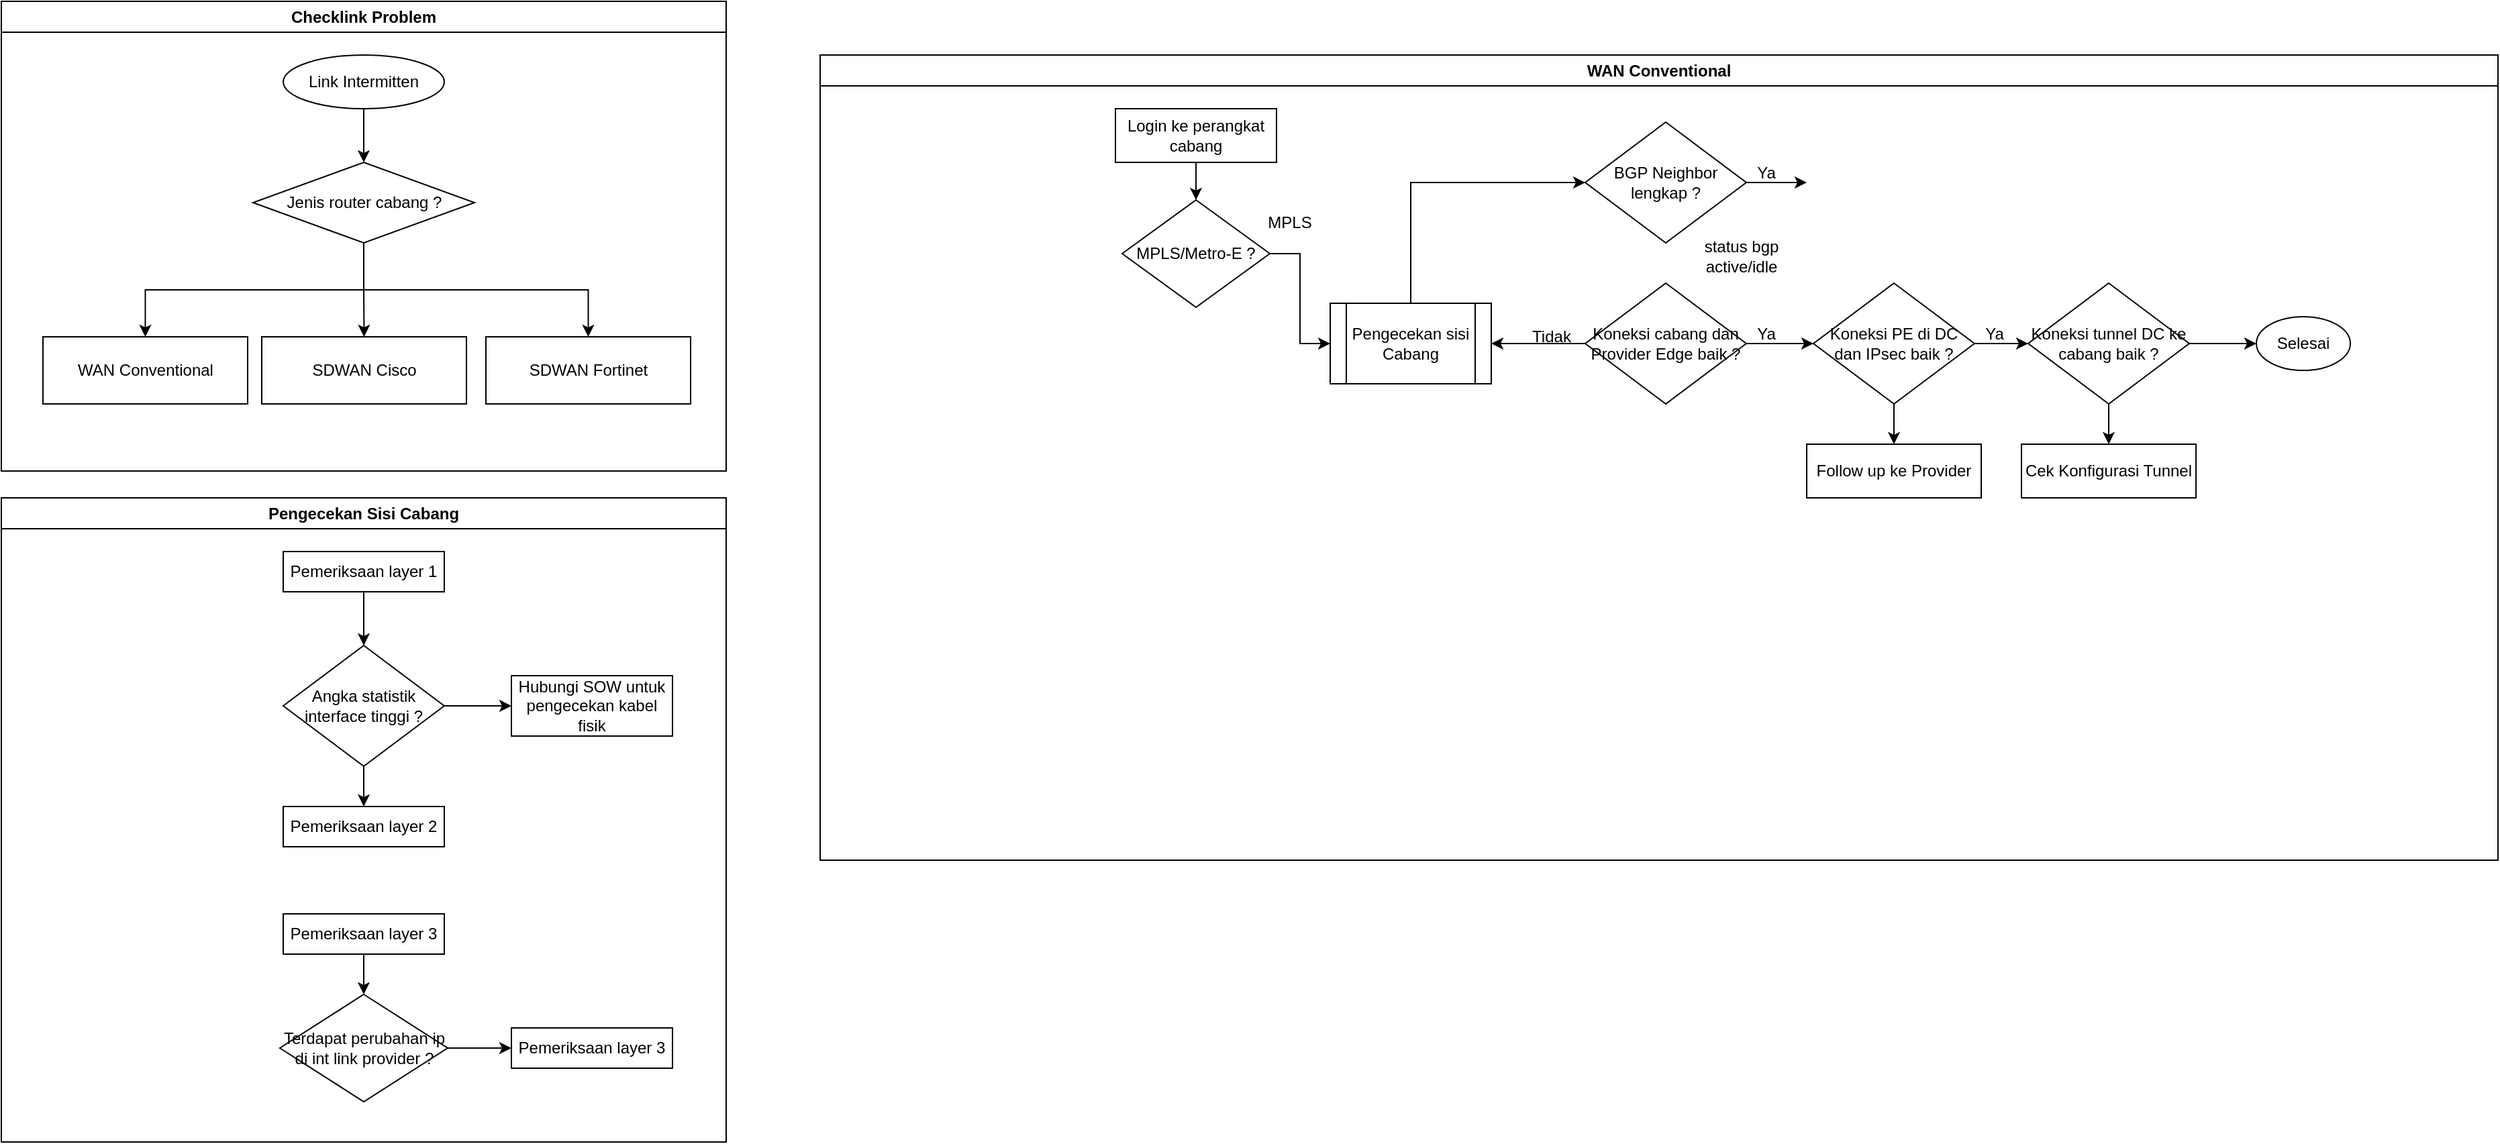
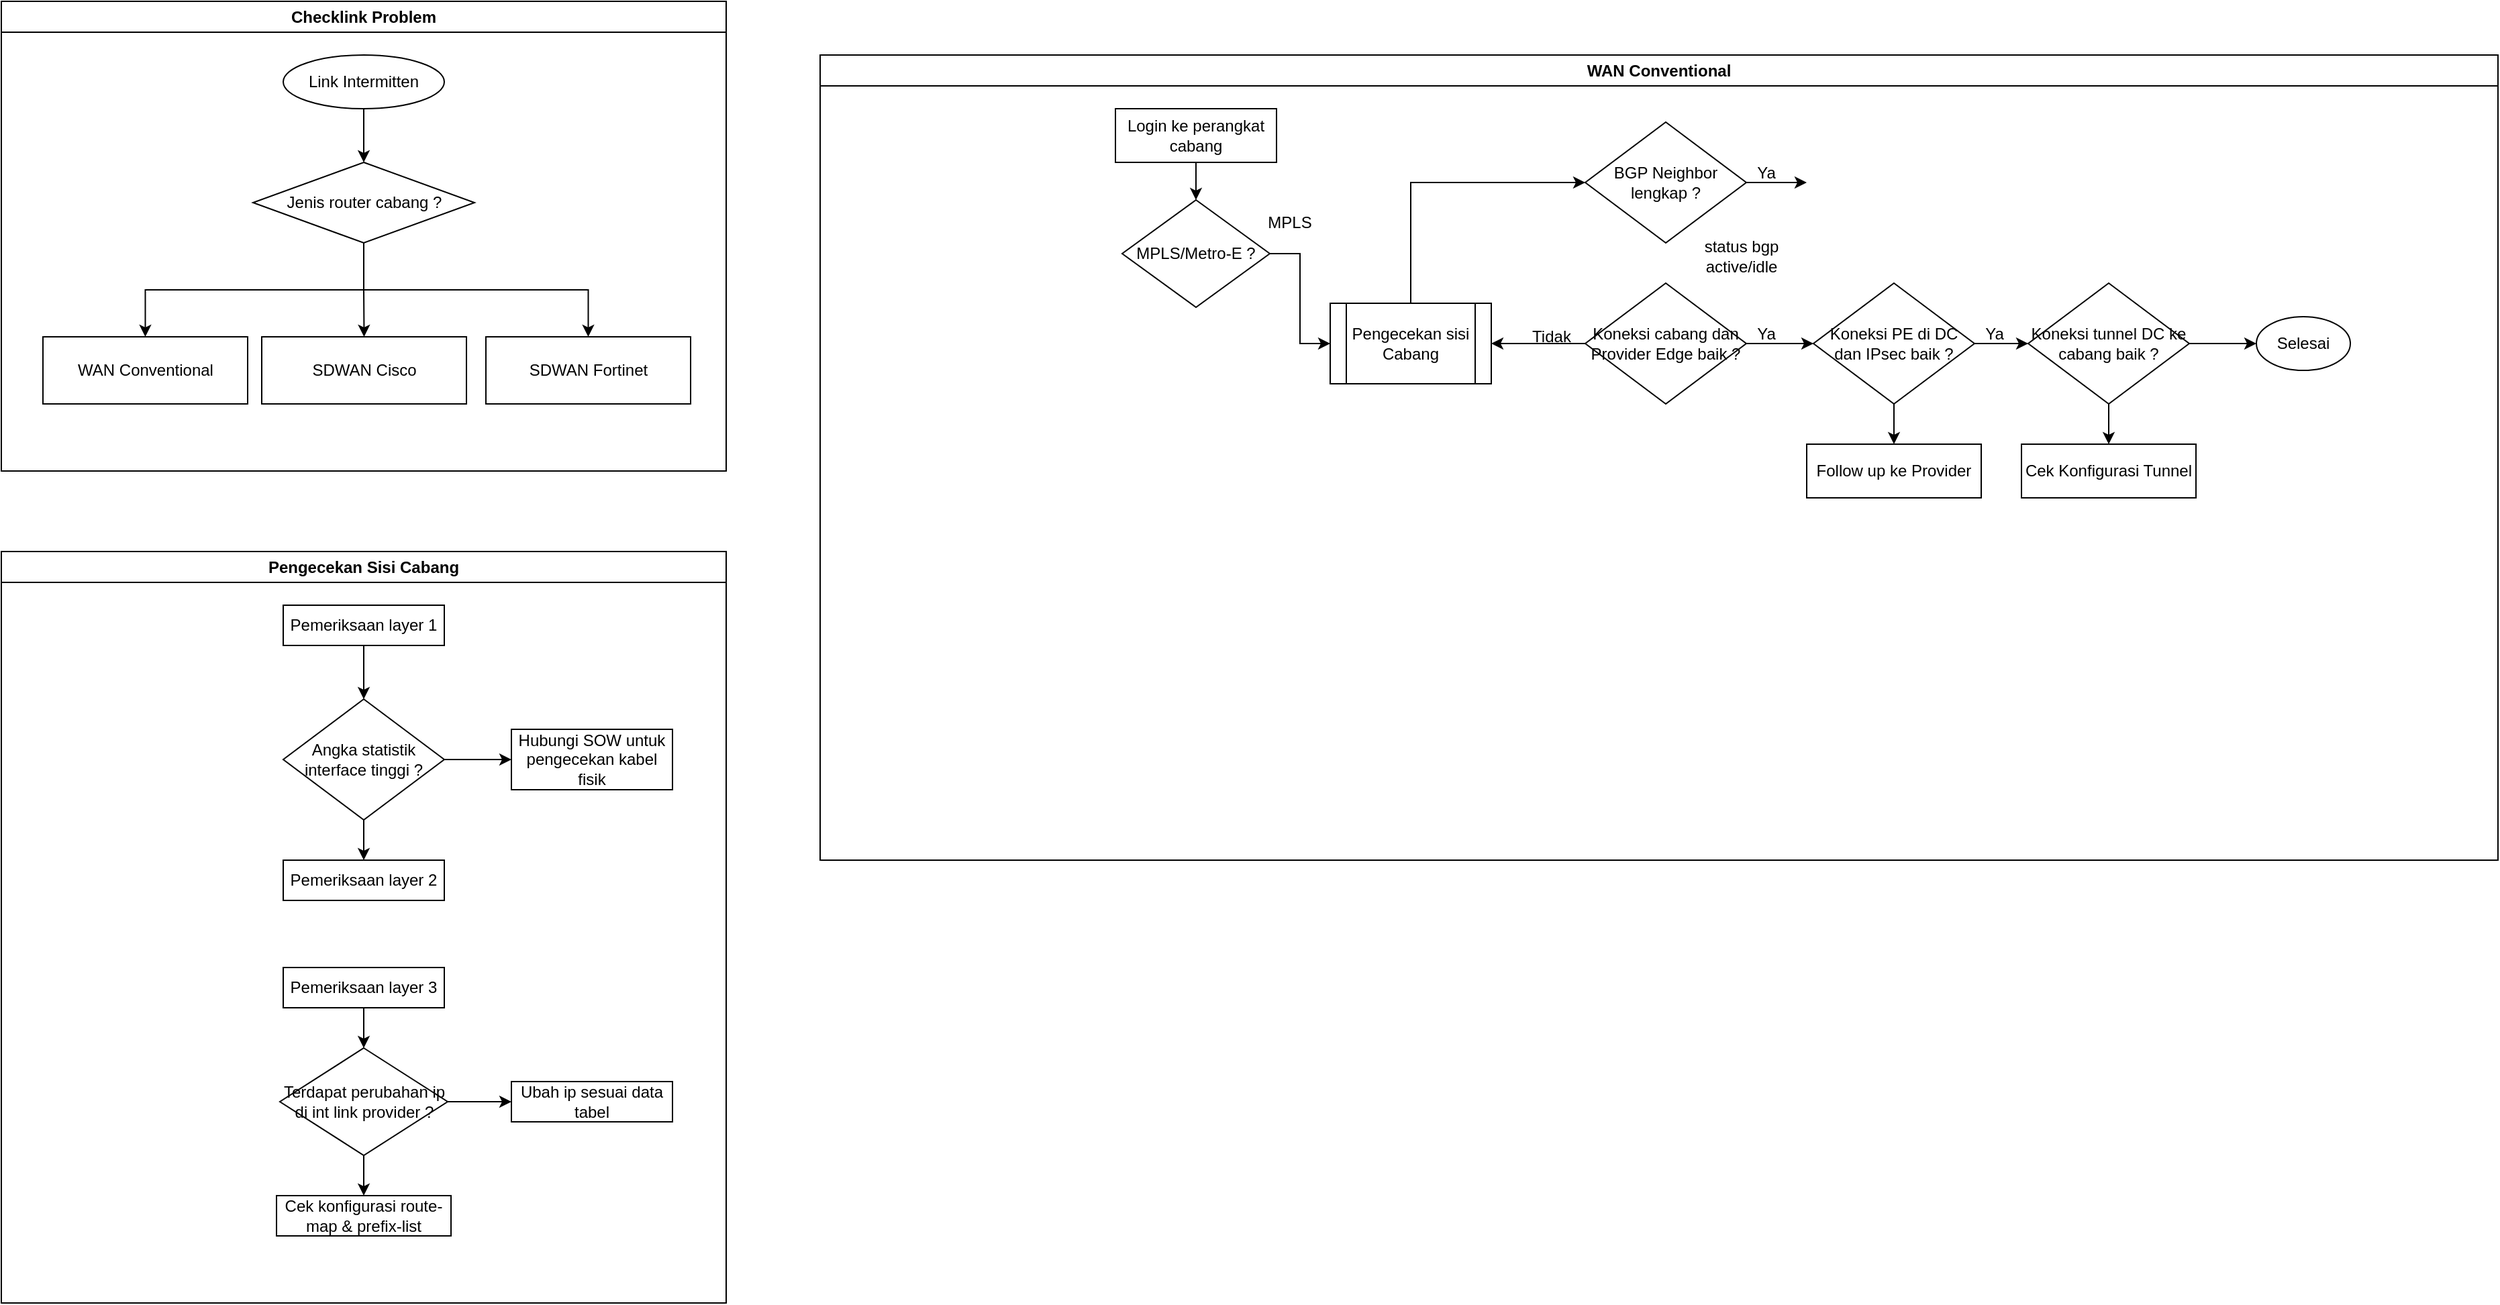
<mxfile host="app.diagrams.net">
  <diagram name="Page-1" id="9vhfLtuUu_MpJ2AiOVXD">
-     <mxGraphModel dx="1277" dy="757" grid="1" gridSize="10" guides="1" tooltips="1" connect="1" arrows="1" fold="1" page="1" pageScale="1" pageWidth="850" pageHeight="1100" math="0" shadow="0">
+     <mxGraphModel dx="1532" dy="908" grid="1" gridSize="10" guides="1" tooltips="1" connect="1" arrows="1" fold="1" page="1" pageScale="1" pageWidth="850" pageHeight="1100" math="0" shadow="0">
      <root>
        <mxCell id="0" />
        <mxCell id="1" parent="0" />
        <mxCell id="pEuGeytKHn6pjW4NDgE5-2" parent="1" style="swimlane;whiteSpace=wrap;html=1;" value="Checklink Problem" vertex="1">
          <mxGeometry height="350" width="540" x="10" y="10" as="geometry" />
        </mxCell>
        <mxCell id="P1elN6ceBegf7L-zKAY9-7" edge="1" parent="pEuGeytKHn6pjW4NDgE5-2" source="P1elN6ceBegf7L-zKAY9-3" style="edgeStyle=orthogonalEdgeStyle;rounded=0;orthogonalLoop=1;jettySize=auto;html=1;exitX=0.5;exitY=1;exitDx=0;exitDy=0;entryX=0.5;entryY=0;entryDx=0;entryDy=0;" target="P1elN6ceBegf7L-zKAY9-6">
          <mxGeometry relative="1" as="geometry" />
        </mxCell>
        <mxCell id="P1elN6ceBegf7L-zKAY9-3" parent="pEuGeytKHn6pjW4NDgE5-2" style="ellipse;whiteSpace=wrap;html=1;" value="Link Intermitten" vertex="1">
          <mxGeometry height="40" width="120" x="210" y="40" as="geometry" />
        </mxCell>
        <mxCell id="P1elN6ceBegf7L-zKAY9-11" edge="1" parent="pEuGeytKHn6pjW4NDgE5-2" source="P1elN6ceBegf7L-zKAY9-6" style="edgeStyle=orthogonalEdgeStyle;rounded=0;orthogonalLoop=1;jettySize=auto;html=1;exitX=0.5;exitY=1;exitDx=0;exitDy=0;" target="P1elN6ceBegf7L-zKAY9-8">
          <mxGeometry relative="1" as="geometry" />
        </mxCell>
        <mxCell id="P1elN6ceBegf7L-zKAY9-12" edge="1" parent="pEuGeytKHn6pjW4NDgE5-2" source="P1elN6ceBegf7L-zKAY9-6" style="edgeStyle=orthogonalEdgeStyle;rounded=0;orthogonalLoop=1;jettySize=auto;html=1;exitX=0.5;exitY=1;exitDx=0;exitDy=0;" target="P1elN6ceBegf7L-zKAY9-9">
          <mxGeometry relative="1" as="geometry" />
        </mxCell>
        <mxCell id="P1elN6ceBegf7L-zKAY9-13" edge="1" parent="pEuGeytKHn6pjW4NDgE5-2" source="P1elN6ceBegf7L-zKAY9-6" style="edgeStyle=orthogonalEdgeStyle;rounded=0;orthogonalLoop=1;jettySize=auto;html=1;exitX=0.5;exitY=1;exitDx=0;exitDy=0;" target="P1elN6ceBegf7L-zKAY9-10">
          <mxGeometry relative="1" as="geometry" />
        </mxCell>
        <mxCell id="P1elN6ceBegf7L-zKAY9-6" parent="pEuGeytKHn6pjW4NDgE5-2" style="rhombus;whiteSpace=wrap;html=1;" value="Jenis router cabang ?" vertex="1">
          <mxGeometry height="60" width="165" x="187.5" y="120" as="geometry" />
        </mxCell>
        <mxCell id="P1elN6ceBegf7L-zKAY9-8" parent="pEuGeytKHn6pjW4NDgE5-2" style="rounded=0;whiteSpace=wrap;html=1;" value="WAN Conventional" vertex="1">
          <mxGeometry height="50" width="152.5" x="31" y="250" as="geometry" />
        </mxCell>
        <mxCell id="P1elN6ceBegf7L-zKAY9-9" parent="pEuGeytKHn6pjW4NDgE5-2" style="rounded=0;whiteSpace=wrap;html=1;" value="SDWAN Cisco" vertex="1">
          <mxGeometry height="50" width="152.5" x="194" y="250" as="geometry" />
        </mxCell>
        <mxCell id="P1elN6ceBegf7L-zKAY9-10" parent="pEuGeytKHn6pjW4NDgE5-2" style="rounded=0;whiteSpace=wrap;html=1;" value="SDWAN Fortinet" vertex="1">
          <mxGeometry height="50" width="152.5" x="361" y="250" as="geometry" />
        </mxCell>
        <mxCell id="TYqNpPFM6TGwHHhuPpuI-11" parent="1" style="swimlane;whiteSpace=wrap;html=1;" value="WAN Conventional" vertex="1">
          <mxGeometry height="600" width="1250" x="620" y="50" as="geometry" />
        </mxCell>
        <mxCell id="pmmJg_nAHrXnhT2FHE6J-2" edge="1" parent="TYqNpPFM6TGwHHhuPpuI-11" source="TYqNpPFM6TGwHHhuPpuI-12" style="edgeStyle=orthogonalEdgeStyle;rounded=0;orthogonalLoop=1;jettySize=auto;html=1;" target="pmmJg_nAHrXnhT2FHE6J-1" value="">
          <mxGeometry relative="1" as="geometry" />
        </mxCell>
        <mxCell id="TYqNpPFM6TGwHHhuPpuI-12" parent="TYqNpPFM6TGwHHhuPpuI-11" style="rounded=0;whiteSpace=wrap;html=1;" value="Login ke perangkat cabang" vertex="1">
          <mxGeometry height="40" width="120" x="220" y="40" as="geometry" />
        </mxCell>
        <mxCell id="TYqNpPFM6TGwHHhuPpuI-30" edge="1" parent="TYqNpPFM6TGwHHhuPpuI-11" source="TYqNpPFM6TGwHHhuPpuI-13" style="edgeStyle=orthogonalEdgeStyle;rounded=0;orthogonalLoop=1;jettySize=auto;html=1;exitX=1;exitY=0.5;exitDx=0;exitDy=0;entryX=0;entryY=0.5;entryDx=0;entryDy=0;">
          <mxGeometry relative="1" as="geometry">
            <mxPoint x="735" y="95" as="targetPoint" />
          </mxGeometry>
        </mxCell>
        <mxCell id="TYqNpPFM6TGwHHhuPpuI-13" parent="TYqNpPFM6TGwHHhuPpuI-11" style="rhombus;whiteSpace=wrap;html=1;" value="BGP Neighbor lengkap ?" vertex="1">
          <mxGeometry height="90" width="120" x="570" y="50" as="geometry" />
        </mxCell>
        <mxCell id="TYqNpPFM6TGwHHhuPpuI-23" edge="1" parent="TYqNpPFM6TGwHHhuPpuI-11" source="TYqNpPFM6TGwHHhuPpuI-19" style="edgeStyle=orthogonalEdgeStyle;rounded=0;orthogonalLoop=1;jettySize=auto;html=1;" target="TYqNpPFM6TGwHHhuPpuI-22" value="">
          <mxGeometry relative="1" as="geometry" />
        </mxCell>
        <mxCell id="TYqNpPFM6TGwHHhuPpuI-34" edge="1" parent="TYqNpPFM6TGwHHhuPpuI-11" source="TYqNpPFM6TGwHHhuPpuI-19" style="edgeStyle=orthogonalEdgeStyle;rounded=0;orthogonalLoop=1;jettySize=auto;html=1;exitX=0;exitY=0.5;exitDx=0;exitDy=0;entryX=1;entryY=0.5;entryDx=0;entryDy=0;" target="TYqNpPFM6TGwHHhuPpuI-33">
          <mxGeometry relative="1" as="geometry" />
        </mxCell>
        <mxCell id="TYqNpPFM6TGwHHhuPpuI-19" parent="TYqNpPFM6TGwHHhuPpuI-11" style="rhombus;whiteSpace=wrap;html=1;" value="Koneksi cabang dan Provider Edge baik ?" vertex="1">
          <mxGeometry height="90" width="120" x="570" y="170" as="geometry" />
        </mxCell>
        <mxCell id="TYqNpPFM6TGwHHhuPpuI-22" parent="TYqNpPFM6TGwHHhuPpuI-11" style="rhombus;whiteSpace=wrap;html=1;" value="Koneksi PE di DC dan IPsec baik ?" vertex="1">
          <mxGeometry height="90" width="120" x="740" y="170" as="geometry" />
        </mxCell>
        <mxCell id="TYqNpPFM6TGwHHhuPpuI-24" parent="TYqNpPFM6TGwHHhuPpuI-11" style="rounded=0;whiteSpace=wrap;html=1;" value="Follow up ke Provider" vertex="1">
          <mxGeometry height="40" width="130" x="735" y="290" as="geometry" />
        </mxCell>
        <mxCell id="TYqNpPFM6TGwHHhuPpuI-25" edge="1" parent="TYqNpPFM6TGwHHhuPpuI-11" source="TYqNpPFM6TGwHHhuPpuI-22" style="edgeStyle=orthogonalEdgeStyle;rounded=0;orthogonalLoop=1;jettySize=auto;html=1;exitX=0.5;exitY=1;exitDx=0;exitDy=0;entryX=0.5;entryY=0;entryDx=0;entryDy=0;" target="TYqNpPFM6TGwHHhuPpuI-24">
          <mxGeometry relative="1" as="geometry" />
        </mxCell>
        <mxCell id="pmmJg_nAHrXnhT2FHE6J-8" edge="1" parent="TYqNpPFM6TGwHHhuPpuI-11" source="TYqNpPFM6TGwHHhuPpuI-26" style="edgeStyle=orthogonalEdgeStyle;rounded=0;orthogonalLoop=1;jettySize=auto;html=1;exitX=1;exitY=0.5;exitDx=0;exitDy=0;entryX=0;entryY=0.5;entryDx=0;entryDy=0;" target="pmmJg_nAHrXnhT2FHE6J-7">
          <mxGeometry relative="1" as="geometry" />
        </mxCell>
        <mxCell id="TYqNpPFM6TGwHHhuPpuI-26" parent="TYqNpPFM6TGwHHhuPpuI-11" style="rhombus;whiteSpace=wrap;html=1;" value="Koneksi tunnel DC ke cabang baik ?" vertex="1">
          <mxGeometry height="90" width="120" x="900" y="170" as="geometry" />
        </mxCell>
        <mxCell id="TYqNpPFM6TGwHHhuPpuI-27" edge="1" parent="TYqNpPFM6TGwHHhuPpuI-11" source="TYqNpPFM6TGwHHhuPpuI-22" style="edgeStyle=orthogonalEdgeStyle;rounded=0;orthogonalLoop=1;jettySize=auto;html=1;" target="TYqNpPFM6TGwHHhuPpuI-26" value="">
          <mxGeometry relative="1" as="geometry" />
        </mxCell>
        <mxCell id="TYqNpPFM6TGwHHhuPpuI-28" parent="TYqNpPFM6TGwHHhuPpuI-11" style="rounded=0;whiteSpace=wrap;html=1;" value="Cek Konfigurasi Tunnel" vertex="1">
          <mxGeometry height="40" width="130" x="895" y="290" as="geometry" />
        </mxCell>
        <mxCell id="TYqNpPFM6TGwHHhuPpuI-29" edge="1" parent="TYqNpPFM6TGwHHhuPpuI-11" source="TYqNpPFM6TGwHHhuPpuI-26" style="edgeStyle=orthogonalEdgeStyle;rounded=0;orthogonalLoop=1;jettySize=auto;html=1;exitX=0.5;exitY=1;exitDx=0;exitDy=0;entryX=0.5;entryY=0;entryDx=0;entryDy=0;" target="TYqNpPFM6TGwHHhuPpuI-28">
          <mxGeometry relative="1" as="geometry" />
        </mxCell>
        <mxCell id="TYqNpPFM6TGwHHhuPpuI-37" parent="TYqNpPFM6TGwHHhuPpuI-11" style="text;html=1;whiteSpace=wrap;strokeColor=none;fillColor=none;align=center;verticalAlign=middle;rounded=0;" value="status bgp active/idle" vertex="1">
          <mxGeometry height="20" width="97" x="638" y="140" as="geometry" />
        </mxCell>
        <mxCell id="TYqNpPFM6TGwHHhuPpuI-38" parent="TYqNpPFM6TGwHHhuPpuI-11" style="text;html=1;whiteSpace=wrap;strokeColor=none;fillColor=none;align=center;verticalAlign=middle;rounded=0;" value="Tidak" vertex="1">
          <mxGeometry height="20" width="50" x="520" y="200" as="geometry" />
        </mxCell>
        <mxCell id="TYqNpPFM6TGwHHhuPpuI-40" parent="TYqNpPFM6TGwHHhuPpuI-11" style="text;html=1;whiteSpace=wrap;strokeColor=none;fillColor=none;align=center;verticalAlign=middle;rounded=0;" value="Ya" vertex="1">
          <mxGeometry height="20" width="50" x="680" y="198" as="geometry" />
        </mxCell>
        <mxCell id="TYqNpPFM6TGwHHhuPpuI-41" parent="TYqNpPFM6TGwHHhuPpuI-11" style="text;html=1;whiteSpace=wrap;strokeColor=none;fillColor=none;align=center;verticalAlign=middle;rounded=0;" value="Ya" vertex="1">
          <mxGeometry height="20" width="50" x="850" y="198" as="geometry" />
        </mxCell>
        <mxCell id="TYqNpPFM6TGwHHhuPpuI-35" parent="TYqNpPFM6TGwHHhuPpuI-11" style="text;html=1;whiteSpace=wrap;strokeColor=none;fillColor=none;align=center;verticalAlign=middle;rounded=0;" value="Ya" vertex="1">
          <mxGeometry height="20" width="50" x="680" y="78" as="geometry" />
        </mxCell>
        <mxCell id="pmmJg_nAHrXnhT2FHE6J-6" edge="1" parent="TYqNpPFM6TGwHHhuPpuI-11" source="TYqNpPFM6TGwHHhuPpuI-33" style="edgeStyle=orthogonalEdgeStyle;rounded=0;orthogonalLoop=1;jettySize=auto;html=1;exitX=0.5;exitY=0;exitDx=0;exitDy=0;entryX=0;entryY=0.5;entryDx=0;entryDy=0;" target="TYqNpPFM6TGwHHhuPpuI-13">
          <mxGeometry relative="1" as="geometry" />
        </mxCell>
        <mxCell id="TYqNpPFM6TGwHHhuPpuI-33" parent="TYqNpPFM6TGwHHhuPpuI-11" style="shape=process;whiteSpace=wrap;html=1;backgroundOutline=1;" value="Pengecekan sisi Cabang" vertex="1">
          <mxGeometry height="60" width="120" x="380" y="185" as="geometry" />
        </mxCell>
        <mxCell id="pmmJg_nAHrXnhT2FHE6J-3" edge="1" parent="TYqNpPFM6TGwHHhuPpuI-11" source="pmmJg_nAHrXnhT2FHE6J-1" style="edgeStyle=orthogonalEdgeStyle;rounded=0;orthogonalLoop=1;jettySize=auto;html=1;exitX=1;exitY=0.5;exitDx=0;exitDy=0;entryX=0;entryY=0.5;entryDx=0;entryDy=0;" target="TYqNpPFM6TGwHHhuPpuI-33">
          <mxGeometry relative="1" as="geometry" />
        </mxCell>
        <mxCell id="pmmJg_nAHrXnhT2FHE6J-1" parent="TYqNpPFM6TGwHHhuPpuI-11" style="rhombus;whiteSpace=wrap;html=1;" value="MPLS/Metro-E ?" vertex="1">
          <mxGeometry height="80" width="110" x="225" y="108" as="geometry" />
        </mxCell>
        <mxCell id="pmmJg_nAHrXnhT2FHE6J-7" parent="TYqNpPFM6TGwHHhuPpuI-11" style="ellipse;whiteSpace=wrap;html=1;" value="Selesai" vertex="1">
          <mxGeometry height="40" width="70" x="1070" y="195" as="geometry" />
        </mxCell>
        <mxCell id="TYqNpPFM6TGwHHhuPpuI-65" parent="1" style="swimlane;whiteSpace=wrap;html=1;" value="Pengecekan Sisi Cabang" vertex="1">
-           <mxGeometry height="480" width="540" x="10" y="380" as="geometry" />
+           <mxGeometry height="560" width="540" x="10" y="420" as="geometry" />
        </mxCell>
        <mxCell id="fYS8cTILx4h1H9qz6oxb-3" edge="1" parent="TYqNpPFM6TGwHHhuPpuI-65" source="fYS8cTILx4h1H9qz6oxb-1" style="edgeStyle=orthogonalEdgeStyle;rounded=0;orthogonalLoop=1;jettySize=auto;html=1;" target="fYS8cTILx4h1H9qz6oxb-2" value="">
          <mxGeometry relative="1" as="geometry" />
        </mxCell>
        <mxCell id="fYS8cTILx4h1H9qz6oxb-1" parent="TYqNpPFM6TGwHHhuPpuI-65" style="rounded=0;whiteSpace=wrap;html=1;" value="Pemeriksaan layer 1" vertex="1">
          <mxGeometry height="30" width="120" x="210" y="40" as="geometry" />
        </mxCell>
        <mxCell id="fYS8cTILx4h1H9qz6oxb-5" edge="1" parent="TYqNpPFM6TGwHHhuPpuI-65" source="fYS8cTILx4h1H9qz6oxb-2" style="edgeStyle=orthogonalEdgeStyle;rounded=0;orthogonalLoop=1;jettySize=auto;html=1;" target="fYS8cTILx4h1H9qz6oxb-4" value="">
          <mxGeometry relative="1" as="geometry" />
        </mxCell>
        <mxCell id="fYS8cTILx4h1H9qz6oxb-7" edge="1" parent="TYqNpPFM6TGwHHhuPpuI-65" source="fYS8cTILx4h1H9qz6oxb-2" style="edgeStyle=orthogonalEdgeStyle;rounded=0;orthogonalLoop=1;jettySize=auto;html=1;" target="fYS8cTILx4h1H9qz6oxb-6" value="">
          <mxGeometry relative="1" as="geometry" />
        </mxCell>
        <mxCell id="fYS8cTILx4h1H9qz6oxb-2" parent="TYqNpPFM6TGwHHhuPpuI-65" style="rhombus;whiteSpace=wrap;html=1;" value="Angka statistik interface tinggi ?" vertex="1">
          <mxGeometry height="90" width="120" x="210" y="110" as="geometry" />
        </mxCell>
        <mxCell id="fYS8cTILx4h1H9qz6oxb-4" parent="TYqNpPFM6TGwHHhuPpuI-65" style="rounded=0;whiteSpace=wrap;html=1;" value="Hubungi SOW untuk pengecekan kabel fisik" vertex="1">
          <mxGeometry height="45" width="120" x="380" y="132.5" as="geometry" />
        </mxCell>
        <mxCell id="fYS8cTILx4h1H9qz6oxb-6" parent="TYqNpPFM6TGwHHhuPpuI-65" style="rounded=0;whiteSpace=wrap;html=1;" value="Pemeriksaan layer 2" vertex="1">
          <mxGeometry height="30" width="120" x="210" y="230" as="geometry" />
        </mxCell>
        <mxCell id="fYS8cTILx4h1H9qz6oxb-8" parent="TYqNpPFM6TGwHHhuPpuI-65" style="rounded=0;whiteSpace=wrap;html=1;" value="Pemeriksaan layer 3" vertex="1">
          <mxGeometry height="30" width="120" x="210" y="310" as="geometry" />
        </mxCell>
-         <mxCell id="fYS8cTILx4h1H9qz6oxb-11" parent="TYqNpPFM6TGwHHhuPpuI-65" style="rounded=0;whiteSpace=wrap;html=1;" value="Pemeriksaan layer 3" vertex="1">
+         <mxCell id="fYS8cTILx4h1H9qz6oxb-11" parent="TYqNpPFM6TGwHHhuPpuI-65" style="rounded=0;whiteSpace=wrap;html=1;" value="Ubah ip sesuai data tabel" vertex="1">
          <mxGeometry height="30" width="120" x="380" y="395" as="geometry" />
        </mxCell>
        <mxCell id="fYS8cTILx4h1H9qz6oxb-12" edge="1" parent="TYqNpPFM6TGwHHhuPpuI-65" source="fYS8cTILx4h1H9qz6oxb-9" style="edgeStyle=orthogonalEdgeStyle;rounded=0;orthogonalLoop=1;jettySize=auto;html=1;" target="fYS8cTILx4h1H9qz6oxb-11" value="">
+           <mxGeometry relative="1" as="geometry" />
+         </mxCell>
+         <mxCell id="pmmJg_nAHrXnhT2FHE6J-10" edge="1" parent="TYqNpPFM6TGwHHhuPpuI-65" source="fYS8cTILx4h1H9qz6oxb-9" style="edgeStyle=orthogonalEdgeStyle;rounded=0;orthogonalLoop=1;jettySize=auto;html=1;exitX=0.5;exitY=1;exitDx=0;exitDy=0;entryX=0.5;entryY=0;entryDx=0;entryDy=0;" target="pmmJg_nAHrXnhT2FHE6J-9">
          <mxGeometry relative="1" as="geometry" />
        </mxCell>
        <mxCell id="fYS8cTILx4h1H9qz6oxb-9" parent="TYqNpPFM6TGwHHhuPpuI-65" style="rhombus;whiteSpace=wrap;html=1;" value="Terdapat perubahan ip di int link provider ?" vertex="1">
          <mxGeometry height="80" width="125" x="207.5" y="370" as="geometry" />
        </mxCell>
        <mxCell id="fYS8cTILx4h1H9qz6oxb-10" edge="1" parent="TYqNpPFM6TGwHHhuPpuI-65" source="fYS8cTILx4h1H9qz6oxb-8" style="edgeStyle=orthogonalEdgeStyle;rounded=0;orthogonalLoop=1;jettySize=auto;html=1;" target="fYS8cTILx4h1H9qz6oxb-9" value="">
          <mxGeometry relative="1" as="geometry" />
        </mxCell>
+         <mxCell id="pmmJg_nAHrXnhT2FHE6J-9" parent="TYqNpPFM6TGwHHhuPpuI-65" style="rounded=0;whiteSpace=wrap;html=1;" value="Cek konfigurasi route-map &amp;amp; prefix-list" vertex="1">
+           <mxGeometry height="30" width="130" x="205" y="480" as="geometry" />
+         </mxCell>
        <mxCell id="pmmJg_nAHrXnhT2FHE6J-4" parent="1" style="text;html=1;whiteSpace=wrap;strokeColor=none;fillColor=none;align=center;verticalAlign=middle;rounded=0;" value="MPLS" vertex="1">
          <mxGeometry height="30" width="60" x="940" y="160" as="geometry" />
        </mxCell>
      </root>
    </mxGraphModel>
  </diagram>
</mxfile>
